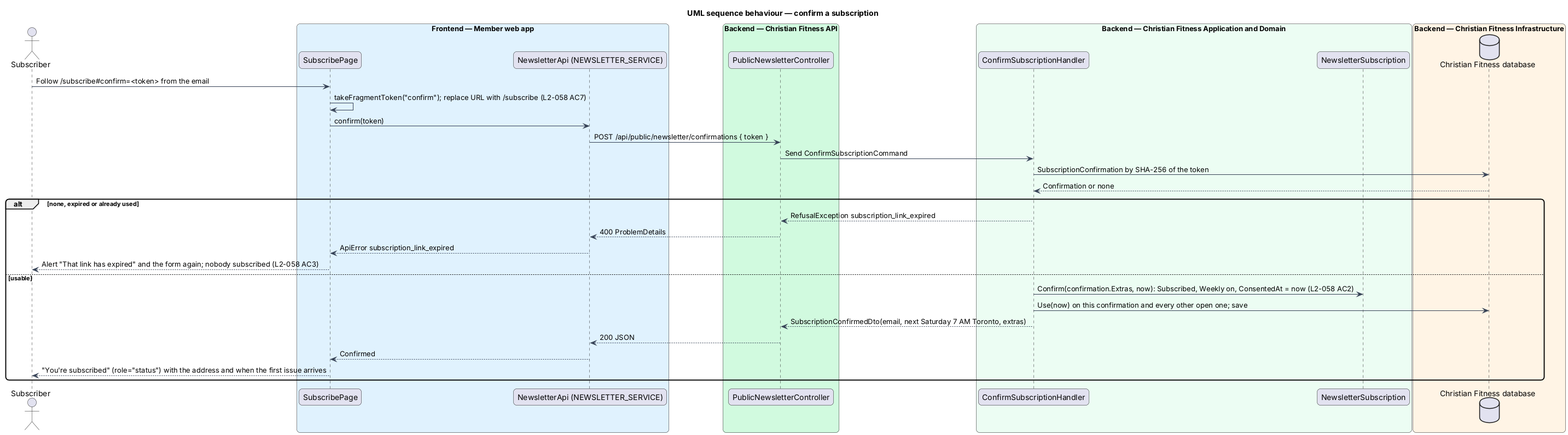
This is docs/detailed-designs/news/confirm-and-unsubscribe/diagrams/sequence-confirm.png from QuinntyneBrown/christian-fitness, a PlantUML export, as it was before one commit.
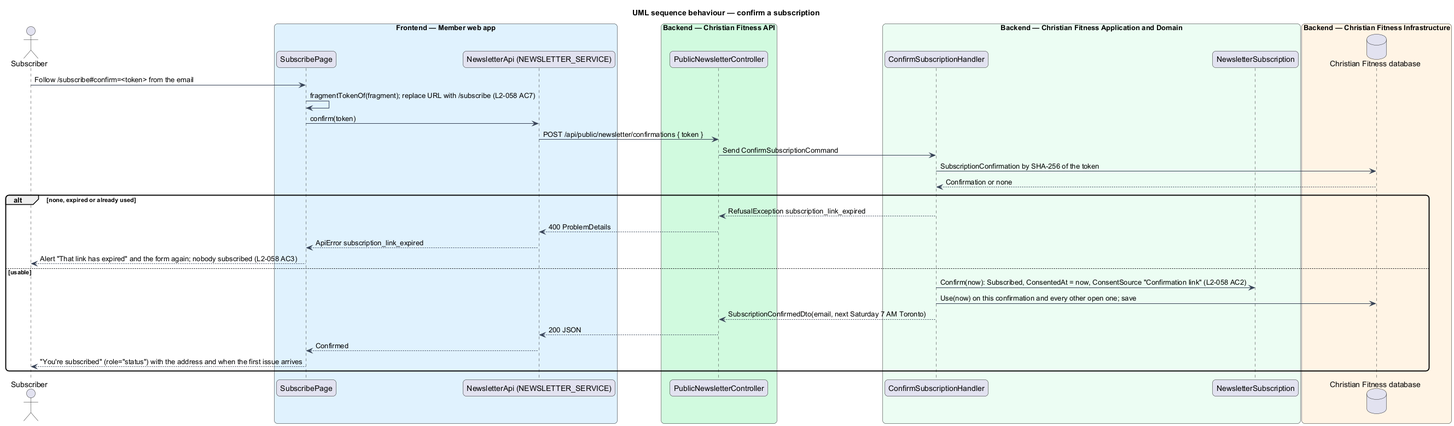
The same diagram one commit later.

What changed in the source:
```diff
@@ -21,7 +21,7 @@
   database "Christian Fitness database" as db
 end box
 actor -> page : Follow /subscribe#confirm=<token> from the email
-page -> page : takeFragmentToken("confirm"); replace URL with /subscribe (L2-058 AC7)
+page -> page : fragmentTokenOf(fragment); replace URL with /subscribe (L2-058 AC7)
 page -> client : confirm(token)
 client -> ctrl : POST /api/public/newsletter/confirmations { token }
 ctrl -> h : Send ConfirmSubscriptionCommand
@@ -33,9 +33,9 @@
   client --> page : ApiError subscription_link_expired
   page --> actor : Alert "That link has expired" and the form again; nobody subscribed (L2-058 AC3)
 else usable
-  h -> sub : Confirm(confirmation.Extras, now): Subscribed, Weekly on, ConsentedAt = now (L2-058 AC2)
+  h -> sub : Confirm(now): Subscribed, ConsentedAt = now, ConsentSource "Confirmation link" (L2-058 AC2)
   h -> db : Use(now) on this confirmation and every other open one; save
-  h --> ctrl : SubscriptionConfirmedDto(email, next Saturday 7 AM Toronto, extras)
+  h --> ctrl : SubscriptionConfirmedDto(email, next Saturday 7 AM Toronto)
   ctrl --> client : 200 JSON
   client --> page : Confirmed
   page --> actor : "You're subscribed" (role="status") with the address and when the first issue arrives
```
